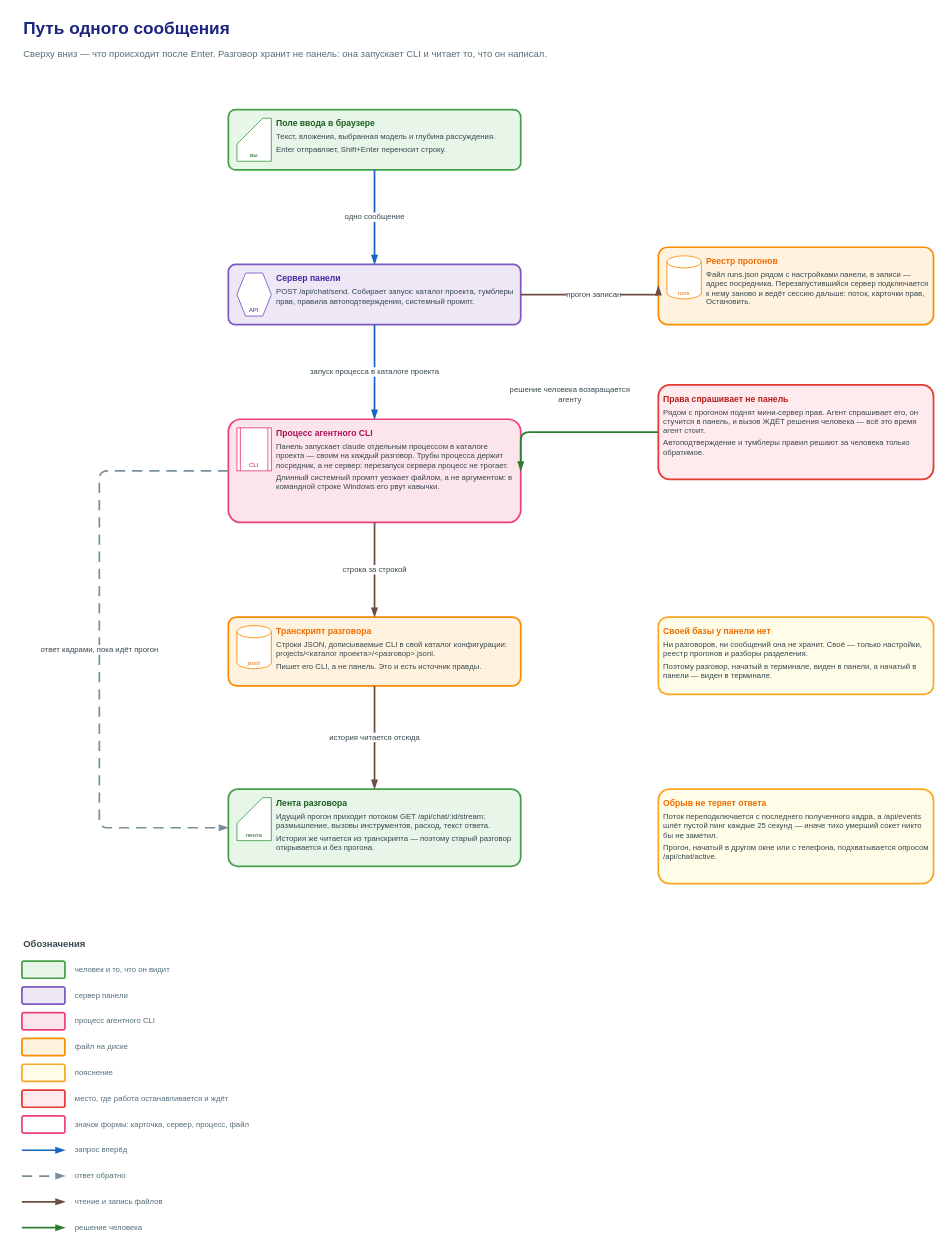
Earlier version of the draw.io diagram page "1. Путь одного сообщения" (1 of 2) of docs/diagrams/chat-guide/chat-guide.drawio (rusyander/claude-control). Source tidied: cells renumbered, new cells numbered last; positions are measured from the earlier drawing's top-left corner, leaving out a move shared by most shapes. Both pictures are drawn from the tidied source at 86%, with x=0, y=0 at pixel (22, 15).
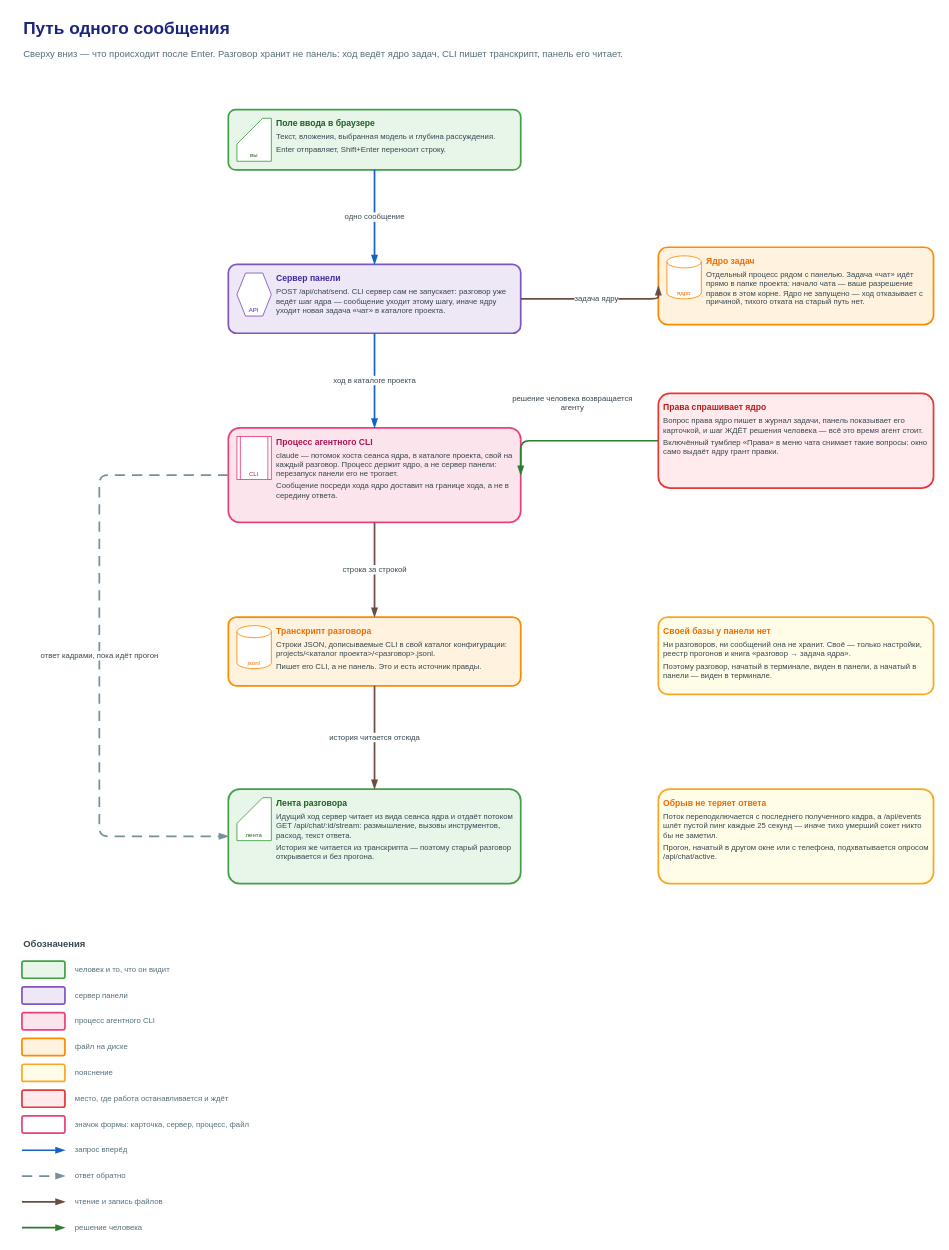
After the change.

Change to the diagram source:
```diff
@@
-    <mxCell id="3" value="Сверху вниз — что происходит после Enter. Разговор хранит не панель: она запускает CLI и читает то, что он написал." style="text;html=1;whiteSpace=wrap;align=left;verticalAlign=middle;fontSize=11;fontColor=#546E7A;" parent="1" vertex="1">
+    <mxCell id="3" value="Сверху вниз — что происходит после Enter. Разговор хранит не панель: ход ведёт ядро задач, CLI пишет транскрипт, панель его читает." style="text;html=1;whiteSpace=wrap;align=left;verticalAlign=middle;fontSize=11;fontColor=#546E7A;" parent="1" vertex="1">
       <mxGeometry y="30" width="900" height="30" as="geometry" />
     </mxCell>
@@
-    <mxCell id="6" value="&lt;div style=&quot;font-size:10px;font-weight:600;color:#4527A0;text-align:left&quot;&gt;Сервер панели&lt;/div&gt;&lt;div style=&quot;font-size:9px;text-align:left;margin-top:4px&quot;&gt;POST /api/chat/send. Собирает запуск: каталог проекта, тумблеры прав, правила автоподтверждения, системный промпт.&lt;/div&gt;" style="rounded=1;arcSize=12;fillColor=#EDE7F6;strokeColor=#7E57C2;strokeWidth=2;html=1;whiteSpace=wrap;align=left;verticalAlign=top;spacing=6;fontSize=9;fontColor=#37474F;spacingLeft=50;informational=1;" parent="1" vertex="1">
-      <mxGeometry x="240" y="290" width="340" height="70" as="geometry" />
+    <mxCell id="6" value="&lt;div style=&quot;font-size:10px;font-weight:600;color:#4527A0;text-align:left&quot;&gt;Сервер панели&lt;/div&gt;&lt;div style=&quot;font-size:9px;text-align:left;margin-top:4px&quot;&gt;POST /api/chat/send. CLI сервер сам не запускает: разговор уже ведёт шаг ядра — сообщение уходит этому шагу, иначе ядру уходит новая задача «чат» в каталоге проекта.&lt;/div&gt;" style="rounded=1;arcSize=12;fillColor=#EDE7F6;strokeColor=#7E57C2;strokeWidth=2;html=1;whiteSpace=wrap;align=left;verticalAlign=top;spacing=6;fontSize=9;fontColor=#37474F;spacingLeft=50;informational=1;" parent="1" vertex="1">
+      <mxGeometry x="240" y="290" width="340" height="80" as="geometry" />
     </mxCell>
@@
-    <mxCell id="8" value="&lt;div style=&quot;font-size:10px;font-weight:600;color:#AD1457;text-align:left&quot;&gt;Процесс агентного CLI&lt;/div&gt;&lt;div style=&quot;font-size:9px;text-align:left;margin-top:4px&quot;&gt;Панель запускает claude отдельным процессом в каталоге проекта — своим на каждый разговор. Трубы процесса держит посредник, а не сервер: перезапуск сервера процесс не трогает.&lt;/div&gt;&lt;div style=&quot;font-size:9px;text-align:left;margin-top:4px&quot;&gt;Длинный системный промпт уезжает файлом, а не аргументом: в командной строке Windows его рвут кавычки.&lt;/div&gt;" style="rounded=1;arcSize=12;fillColor=#FCE4EC;strokeColor=#EC407A;strokeWidth=2;html=1;whiteSpace=wrap;align=left;verticalAlign=top;spacing=6;fontSize=9;fontColor=#37474F;spacingLeft=50;informational=1;" parent="1" vertex="1">
-      <mxGeometry x="240" y="470" width="340" height="120" as="geometry" />
+    <mxCell id="8" value="&lt;div style=&quot;font-size:10px;font-weight:600;color:#AD1457;text-align:left&quot;&gt;Процесс агентного CLI&lt;/div&gt;&lt;div style=&quot;font-size:9px;text-align:left;margin-top:4px&quot;&gt;claude — потомок хоста сеанса ядра, в каталоге проекта, свой на каждый разговор. Процесс держит ядро, а не сервер панели: перезапуск панели его не трогает.&lt;/div&gt;&lt;div style=&quot;font-size:9px;text-align:left;margin-top:4px&quot;&gt;Сообщение посреди хода ядро доставит на границе хода, а не в середину ответа.&lt;/div&gt;" style="rounded=1;arcSize=12;fillColor=#FCE4EC;strokeColor=#EC407A;strokeWidth=2;html=1;whiteSpace=wrap;align=left;verticalAlign=top;spacing=6;fontSize=9;fontColor=#37474F;spacingLeft=50;informational=1;" parent="1" vertex="1">
+      <mxGeometry x="240" y="480" width="340" height="110" as="geometry" />
     </mxCell>
@@
-    <mxCell id="12" value="&lt;div style=&quot;font-size:10px;font-weight:600;color:#1B5E20;text-align:left&quot;&gt;Лента разговора&lt;/div&gt;&lt;div style=&quot;font-size:9px;text-align:left;margin-top:4px&quot;&gt;Идущий прогон приходит потоком GET /api/chat/:id/stream: размышление, вызовы инструментов, расход, текст ответа.&lt;/div&gt;&lt;div style=&quot;font-size:9px;text-align:left;margin-top:4px&quot;&gt;История же читается из транскрипта — поэтому старый разговор открывается и без прогона.&lt;/div&gt;" style="rounded=1;arcSize=12;fillColor=#E8F5E9;strokeColor=#43A047;strokeWidth=2;html=1;whiteSpace=wrap;align=left;verticalAlign=top;spacing=6;fontSize=9;fontColor=#37474F;spacingLeft=50;informational=1;" parent="1" vertex="1">
-      <mxGeometry x="240" y="900" width="340" height="90" as="geometry" />
+    <mxCell id="12" value="&lt;div style=&quot;font-size:10px;font-weight:600;color:#1B5E20;text-align:left&quot;&gt;Лента разговора&lt;/div&gt;&lt;div style=&quot;font-size:9px;text-align:left;margin-top:4px&quot;&gt;Идущий ход сервер читает из вида сеанса ядра и отдаёт потоком GET /api/chat/:id/stream: размышление, вызовы инструментов, расход, текст ответа.&lt;/div&gt;&lt;div style=&quot;font-size:9px;text-align:left;margin-top:4px&quot;&gt;История же читается из транскрипта — поэтому старый разговор открывается и без прогона.&lt;/div&gt;" style="rounded=1;arcSize=12;fillColor=#E8F5E9;strokeColor=#43A047;strokeWidth=2;html=1;whiteSpace=wrap;align=left;verticalAlign=top;spacing=6;fontSize=9;fontColor=#37474F;spacingLeft=50;informational=1;" parent="1" vertex="1">
+      <mxGeometry x="240" y="900" width="340" height="110" as="geometry" />
     </mxCell>
@@
-    <mxCell id="14" value="&lt;div style=&quot;font-size:10px;font-weight:600;color:#B71C1C;text-align:left&quot;&gt;Права спрашивает не панель&lt;/div&gt;&lt;div style=&quot;font-size:9px;text-align:left;margin-top:4px&quot;&gt;Рядом с прогоном поднят мини-сервер прав. Агент спрашивает его, он стучится в панель, и вызов ЖДЁТ решения человека — всё это время агент стоит.&lt;/div&gt;&lt;div style=&quot;font-size:9px;text-align:left;margin-top:4px&quot;&gt;Автоподтверждение и тумблеры правил решают за человека только обратимое.&lt;/div&gt;" style="rounded=1;arcSize=12;fillColor=#FFEBEE;strokeColor=#E53935;strokeWidth=2;html=1;whiteSpace=wrap;align=left;verticalAlign=top;spacing=6;fontSize=9;fontColor=#37474F;informational=1;" parent="1" vertex="1">
-      <mxGeometry x="740" y="430" width="320" height="110" as="geometry" />
+    <mxCell id="14" value="&lt;div style=&quot;font-size:10px;font-weight:600;color:#B71C1C;text-align:left&quot;&gt;Права спрашивает ядро&lt;/div&gt;&lt;div style=&quot;font-size:9px;text-align:left;margin-top:4px&quot;&gt;Вопрос права ядро пишет в журнал задачи, панель показывает его карточкой, и шаг ЖДЁТ решения человека — всё это время агент стоит.&lt;/div&gt;&lt;div style=&quot;font-size:9px;text-align:left;margin-top:4px&quot;&gt;Включённый тумблер «Права» в меню чата снимает такие вопросы: окно само выдаёт ядру грант правки.&lt;/div&gt;" style="rounded=1;arcSize=12;fillColor=#FFEBEE;strokeColor=#E53935;strokeWidth=2;html=1;whiteSpace=wrap;align=left;verticalAlign=top;spacing=6;fontSize=9;fontColor=#37474F;informational=1;" parent="1" vertex="1">
+      <mxGeometry x="740" y="440" width="320" height="110" as="geometry" />
     </mxCell>
-    <mxCell id="15" value="&lt;div style=&quot;font-size:10px;font-weight:600;color:#EF6C00;text-align:left&quot;&gt;Своей базы у панели нет&lt;/div&gt;&lt;div style=&quot;font-size:9px;text-align:left;margin-top:4px&quot;&gt;Ни разговоров, ни сообщений она не хранит. Своё — только настройки, реестр прогонов и разборы разделения.&lt;/div&gt;&lt;div style=&quot;font-size:9px;text-align:left;margin-top:4px&quot;&gt;Поэтому разговор, начатый в терминале, виден в панели, а начатый в панели — виден в терминале.&lt;/div&gt;" style="rounded=1;arcSize=12;fillColor=#FFFDE7;strokeColor=#F9A825;strokeWidth=2;html=1;whiteSpace=wrap;align=left;verticalAlign=top;spacing=6;fontSize=9;fontColor=#37474F;informational=1;" parent="1" vertex="1">
+    <mxCell id="15" value="&lt;div style=&quot;font-size:10px;font-weight:600;color:#EF6C00;text-align:left&quot;&gt;Своей базы у панели нет&lt;/div&gt;&lt;div style=&quot;font-size:9px;text-align:left;margin-top:4px&quot;&gt;Ни разговоров, ни сообщений она не хранит. Своё — только настройки, реестр прогонов и книга «разговор → задача ядра».&lt;/div&gt;&lt;div style=&quot;font-size:9px;text-align:left;margin-top:4px&quot;&gt;Поэтому разговор, начатый в терминале, виден в панели, а начатый в панели — виден в терминале.&lt;/div&gt;" style="rounded=1;arcSize=12;fillColor=#FFFDE7;strokeColor=#F9A825;strokeWidth=2;html=1;whiteSpace=wrap;align=left;verticalAlign=top;spacing=6;fontSize=9;fontColor=#37474F;informational=1;" parent="1" vertex="1">
       <mxGeometry x="740" y="700" width="320" height="90" as="geometry" />
     </mxCell>
-    <mxCell id="16" value="&lt;div style=&quot;font-size:10px;font-weight:600;color:#EF6C00;text-align:left&quot;&gt;Реестр прогонов&lt;/div&gt;&lt;div style=&quot;font-size:9px;text-align:left;margin-top:4px&quot;&gt;Файл runs.json рядом с настройками панели, в записи — адрес посредника. Перезапустившийся сервер подключается к нему заново и ведёт сессию дальше: поток, карточки прав, Остановить.&lt;/div&gt;" style="rounded=1;arcSize=12;fillColor=#FFF3E0;strokeColor=#FB8C00;strokeWidth=2;html=1;whiteSpace=wrap;align=left;verticalAlign=top;spacing=6;fontSize=9;fontColor=#37474F;spacingLeft=50;informational=1;" parent="1" vertex="1">
+    <mxCell id="16" value="&lt;div style=&quot;font-size:10px;font-weight:600;color:#EF6C00;text-align:left&quot;&gt;Ядро задач&lt;/div&gt;&lt;div style=&quot;font-size:9px;text-align:left;margin-top:4px&quot;&gt;Отдельный процесс рядом с панелью. Задача «чат» идёт прямо в папке проекта: начало чата — ваше разрешение правок в этом корне. Ядро не запущено — ход отказывает с причиной, тихого отката на старый путь нет.&lt;/div&gt;" style="rounded=1;arcSize=12;fillColor=#FFF3E0;strokeColor=#FB8C00;strokeWidth=2;html=1;whiteSpace=wrap;align=left;verticalAlign=top;spacing=6;fontSize=9;fontColor=#37474F;spacingLeft=50;informational=1;" parent="1" vertex="1">
       <mxGeometry x="740" y="270" width="320" height="90" as="geometry" />
     </mxCell>
-    <mxCell id="17" value="runs" style="shape=cylinder3;backgroundOutline=1;size=7;fillColor=#FFFFFF;strokeColor=#FB8C00;html=1;whiteSpace=wrap;align=center;verticalAlign=bottom;fontSize=7;fontColor=#EF6C00;informational=1;" parent="16" vertex="1">
+    <mxCell id="17" value="ядро" style="shape=cylinder3;backgroundOutline=1;size=7;fillColor=#FFFFFF;strokeColor=#FB8C00;html=1;whiteSpace=wrap;align=center;verticalAlign=bottom;fontSize=7;fontColor=#EF6C00;informational=1;" parent="16" vertex="1">
       <mxGeometry x="10" y="10" width="40" height="50" as="geometry" />
     </mxCell>
@@
-    <mxCell id="20" value="запуск процесса в каталоге проекта" style="edgeStyle=orthogonalEdgeStyle;rounded=1;html=1;fontSize=9;fontColor=#37474F;labelBackgroundColor=#FFFFFF;endArrow=blockThin;endFill=1;jettySize=auto;strokeWidth=2;strokeColor=#1565C0;exitX=0.5;exitY=1;exitDx=0;exitDy=0;entryX=0.5;entryY=0;entryDx=0;entryDy=0;" parent="1" edge="1" source="6" target="8">
+    <mxCell id="20" value="ход в каталоге проекта" style="edgeStyle=orthogonalEdgeStyle;rounded=1;html=1;fontSize=9;fontColor=#37474F;labelBackgroundColor=#FFFFFF;endArrow=blockThin;endFill=1;jettySize=auto;strokeWidth=2;strokeColor=#1565C0;exitX=0.5;exitY=1;exitDx=0;exitDy=0;entryX=0.5;entryY=0;entryDx=0;entryDy=0;" parent="1" edge="1" source="6" target="8">
       <mxGeometry relative="1" as="geometry" />
     </mxCell>
@@
-    <mxCell id="23" value="прогон записан" style="edgeStyle=orthogonalEdgeStyle;rounded=1;html=1;fontSize=9;fontColor=#37474F;labelBackgroundColor=#FFFFFF;endArrow=blockThin;endFill=1;jettySize=auto;strokeWidth=2;strokeColor=#6D4C41;exitX=1;exitY=0.5;exitDx=0;exitDy=0;entryX=0;entryY=0.5;entryDx=0;entryDy=0;" parent="1" edge="1" source="6" target="16">
+    <mxCell id="23" value="задача ядру" style="edgeStyle=orthogonalEdgeStyle;rounded=1;html=1;fontSize=9;fontColor=#37474F;labelBackgroundColor=#FFFFFF;endArrow=blockThin;endFill=1;jettySize=auto;strokeWidth=2;strokeColor=#6D4C41;exitX=1;exitY=0.5;exitDx=0;exitDy=0;entryX=0;entryY=0.5;entryDx=0;entryDy=0;" parent="1" edge="1" source="6" target="16">
       <mxGeometry relative="1" as="geometry">
         <Array as="points">
-          <mxPoint x="740" y="325" />
+          <mxPoint x="740" y="330" />
         </Array>
       </mxGeometry>
     </mxCell>
     <mxCell id="24" value="решение человека возвращается&lt;br&gt;агенту" style="edgeStyle=orthogonalEdgeStyle;rounded=1;html=1;fontSize=9;fontColor=#37474F;labelBackgroundColor=#FFFFFF;endArrow=blockThin;endFill=1;jettySize=auto;strokeWidth=2;strokeColor=#2E7D32;exitX=0;exitY=0.5;exitDx=0;exitDy=0;entryX=1;entryY=0.5;entryDx=0;entryDy=0;" parent="1" edge="1" source="14" target="8">
       <mxGeometry y="-44" relative="1" as="geometry">
         <Array as="points">
-          <mxPoint x="580" y="485" />
+          <mxPoint x="580" y="495" />
         </Array>
       </mxGeometry>
     </mxCell>
     <mxCell id="25" value="ответ кадрами, пока идёт прогон" style="edgeStyle=orthogonalEdgeStyle;rounded=1;html=1;fontSize=9;fontColor=#37474F;labelBackgroundColor=#FFFFFF;endArrow=blockThin;endFill=1;jettySize=auto;strokeWidth=2;strokeColor=#78909C;dashed=1;dashPattern=6 4;exitX=0;exitY=0.5;exitDx=0;exitDy=0;entryX=0;entryY=0.5;entryDx=0;entryDy=0;" parent="1" edge="1" source="8" target="12">
       <mxGeometry relative="1" as="geometry">
         <Array as="points">
-          <mxPoint x="90" y="530" />
-          <mxPoint x="90" y="945" />
+          <mxPoint x="90" y="535" />
+          <mxPoint x="90" y="955" />
         </Array>
       </mxGeometry>
     </mxCell>
```
